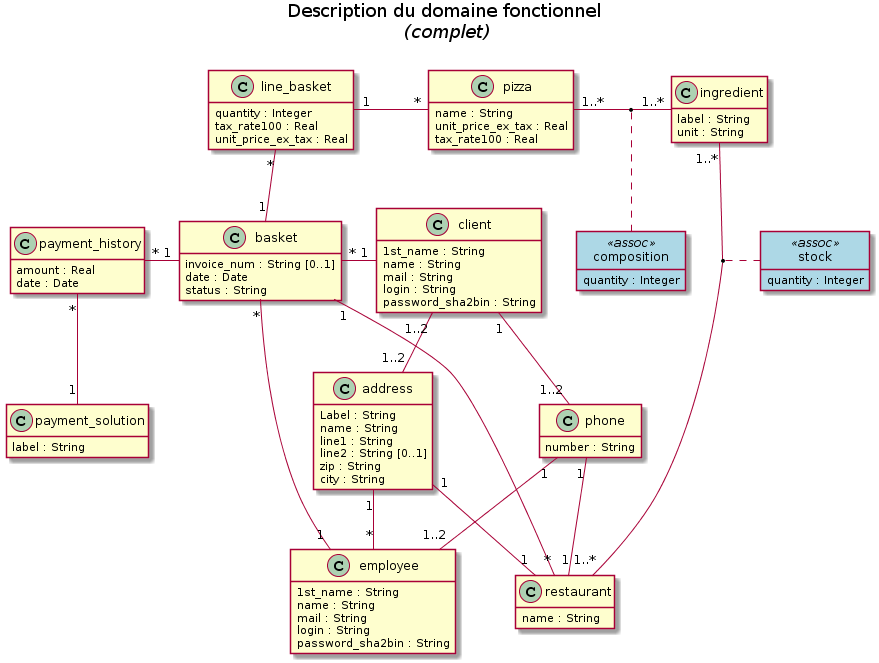
The PlantUML diagram functional_model.png in freezed/ocp6, before a commit.
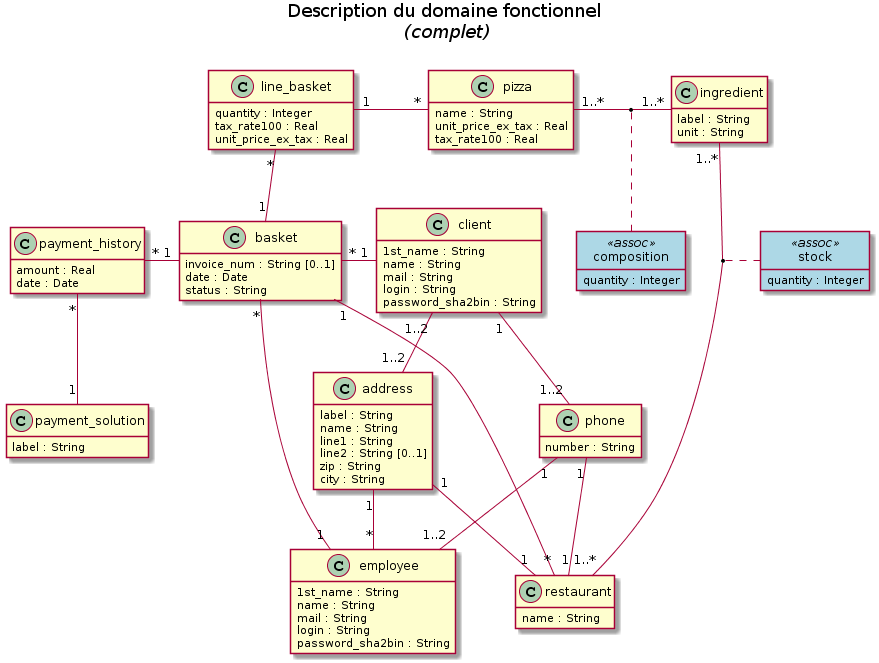
The same file after the commit.

Commit message:
Adjusts PDM for better diagram redering

Change to the diagram source:
```diff
@@ -37,7 +37,7 @@
 phone "1" -- "1" restaurant
 
 class address {
-    Label : String
+    label : String
     name : String
     line1 : String
     line2 : String [0..1]
```
